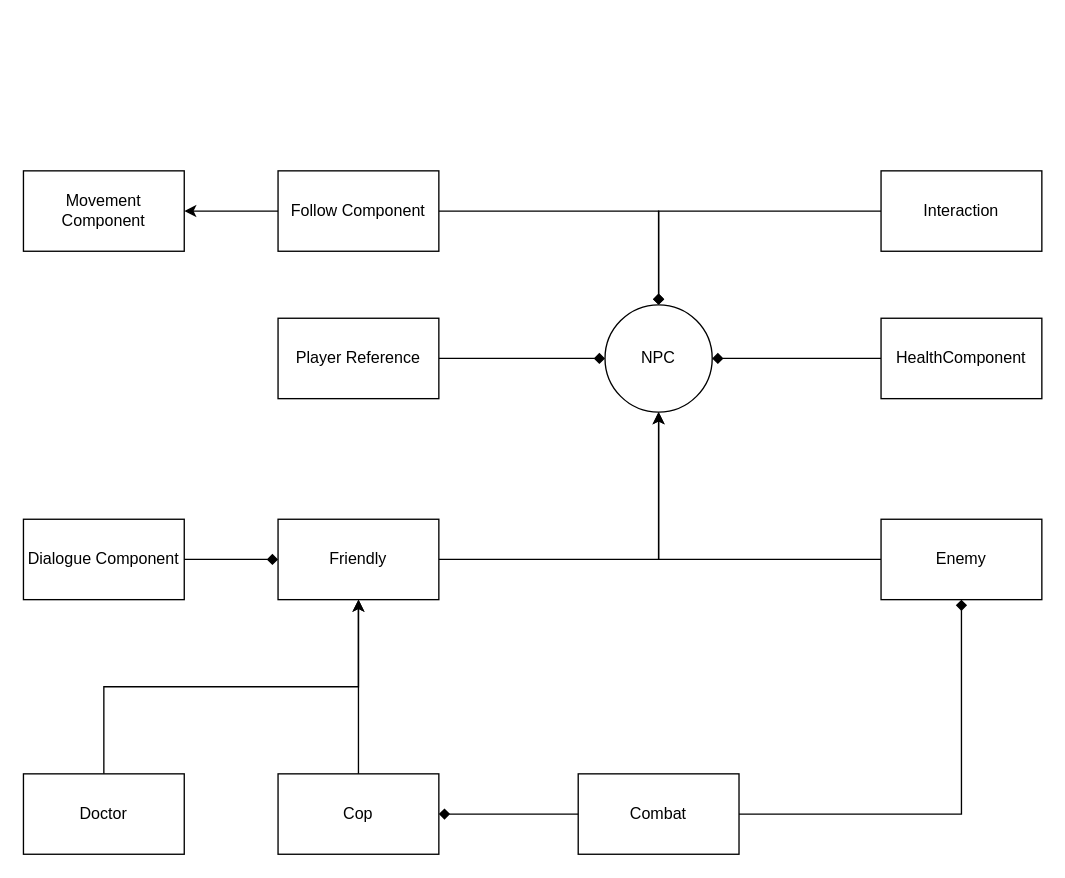
This is page "Wouter" (2 of 4) of GameArchitecture/HalfLifeDiagram.drawio from killerwolf162/Integrated-Gameplay-Systems, a draw.io file, before an edit. Source tidied: cells renumbered, new cells numbered last; positions are measured from the earlier drawing's top-left corner, leaving out a move shared by most shapes. Both pictures are drawn from the tidied source at 134%, with x=0, y=0 at pixel (23, 170).
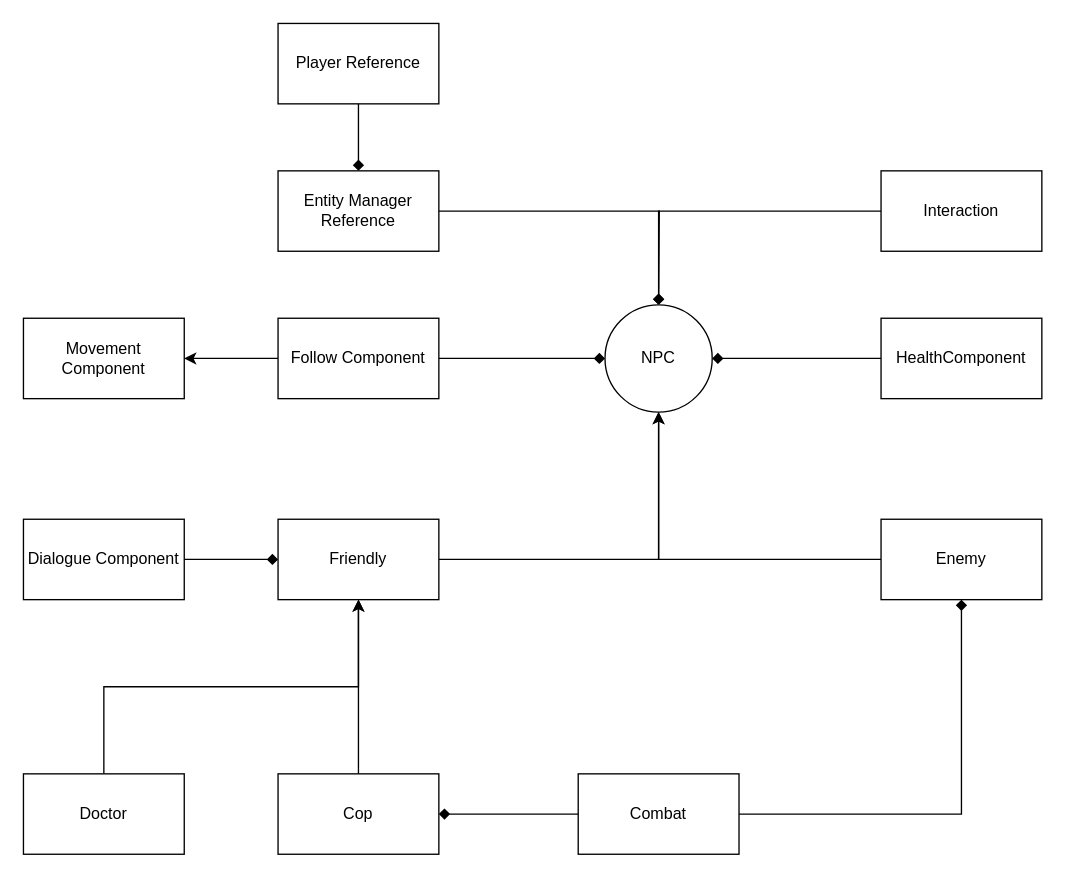
The same page after the edit.

Commit message:
small change to player connection

Unchanged cells that the change refers to:
```xml
<mxCell id="3" value="NPC" style="ellipse;whiteSpace=wrap;html=1;" parent="1" vertex="1">
  <mxGeometry x="434" y="100" width="80" height="80" as="geometry" />
</mxCell>
```

What changed in the source:
```diff
@@
-    <mxCell id="6" style="edgeStyle=orthogonalEdgeStyle;rounded=0;jettySize=auto;html=1;exitX=1;exitY=0.5;exitDx=0;exitDy=0;entryX=0;entryY=0.5;entryDx=0;entryDy=0;startArrow=none;startFill=0;endArrow=diamond;endFill=1;" parent="1" edge="1" source="7" target="3">
-      <mxGeometry relative="1" as="geometry" />
+    <mxCell id="6" style="edgeStyle=orthogonalEdgeStyle;rounded=0;jettySize=auto;html=1;exitX=1;exitY=0.5;exitDx=0;exitDy=0;startArrow=none;startFill=0;endArrow=diamond;endFill=1;" parent="1" edge="1" source="27">
+      <mxGeometry relative="1" as="geometry">
+        <mxPoint x="474" y="100" as="targetPoint" />
+      </mxGeometry>
     </mxCell>
     <mxCell id="7" value="Player Reference" style="rounded=0;whiteSpace=wrap;html=1;" parent="1" vertex="1">
-      <mxGeometry x="190" y="110" width="120" height="60" as="geometry" />
+      <mxGeometry x="190" y="-110" width="120" height="60" as="geometry" />
     </mxCell>
     <mxCell id="8" value="Movement Component" style="rounded=0;whiteSpace=wrap;html=1;" parent="1" vertex="1">
-      <mxGeometry width="120" height="60" as="geometry" />
+      <mxGeometry y="110" width="120" height="60" as="geometry" />
     </mxCell>
@@
-    <mxCell id="24" style="edgeStyle=orthogonalEdgeStyle;rounded=0;jettySize=auto;html=1;exitX=1;exitY=0.5;exitDx=0;exitDy=0;entryX=0.5;entryY=0;entryDx=0;entryDy=0;endArrow=diamond;endFill=1;" parent="1" edge="1" source="25" target="3">
+    <mxCell id="24" style="edgeStyle=orthogonalEdgeStyle;rounded=0;jettySize=auto;html=1;exitX=1;exitY=0.5;exitDx=0;exitDy=0;entryX=0;entryY=0.5;entryDx=0;entryDy=0;endArrow=diamond;endFill=1;" parent="1" edge="1" source="25" target="3">
       <mxGeometry relative="1" as="geometry" />
     </mxCell>
     <mxCell id="25" value="Follow Component" style="rounded=0;whiteSpace=wrap;html=1;" parent="1" vertex="1">
-      <mxGeometry x="190" width="120" height="60" as="geometry" />
+      <mxGeometry x="190" y="110" width="120" height="60" as="geometry" />
     </mxCell>
+    <mxCell id="26" style="edgeStyle=orthogonalEdgeStyle;rounded=0;jettySize=auto;html=1;exitX=0.5;exitY=0;exitDx=0;exitDy=0;entryX=0.5;entryY=1;entryDx=0;entryDy=0;endArrow=none;endFill=0;startArrow=diamond;startFill=1;" parent="1" edge="1" source="27" target="7">
+      <mxGeometry relative="1" as="geometry" />
+    </mxCell>
+    <mxCell id="27" value="Entity Manager Reference" style="rounded=0;whiteSpace=wrap;html=1;" parent="1" vertex="1">
+      <mxGeometry x="190" width="120" height="60" as="geometry" />
+    </mxCell>
```
